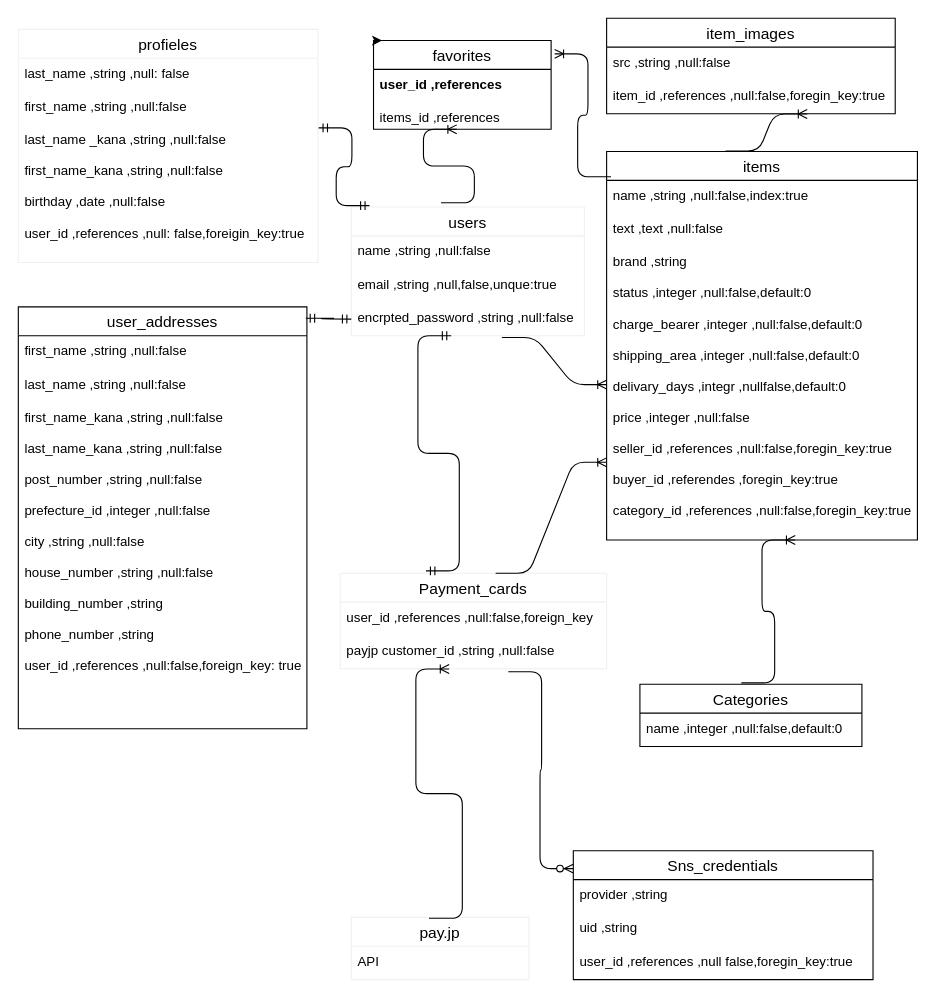
Before: app/views/database.dio in takared44/furima-36069, a draw.io diagram. Source tidied: cells renumbered, new cells numbered last; positions are measured from the earlier drawing's top-left corner, leaving out a move shared by most shapes. Both pictures are drawn from the tidied source at 111%, with x=0, y=0 at pixel (18, 18).
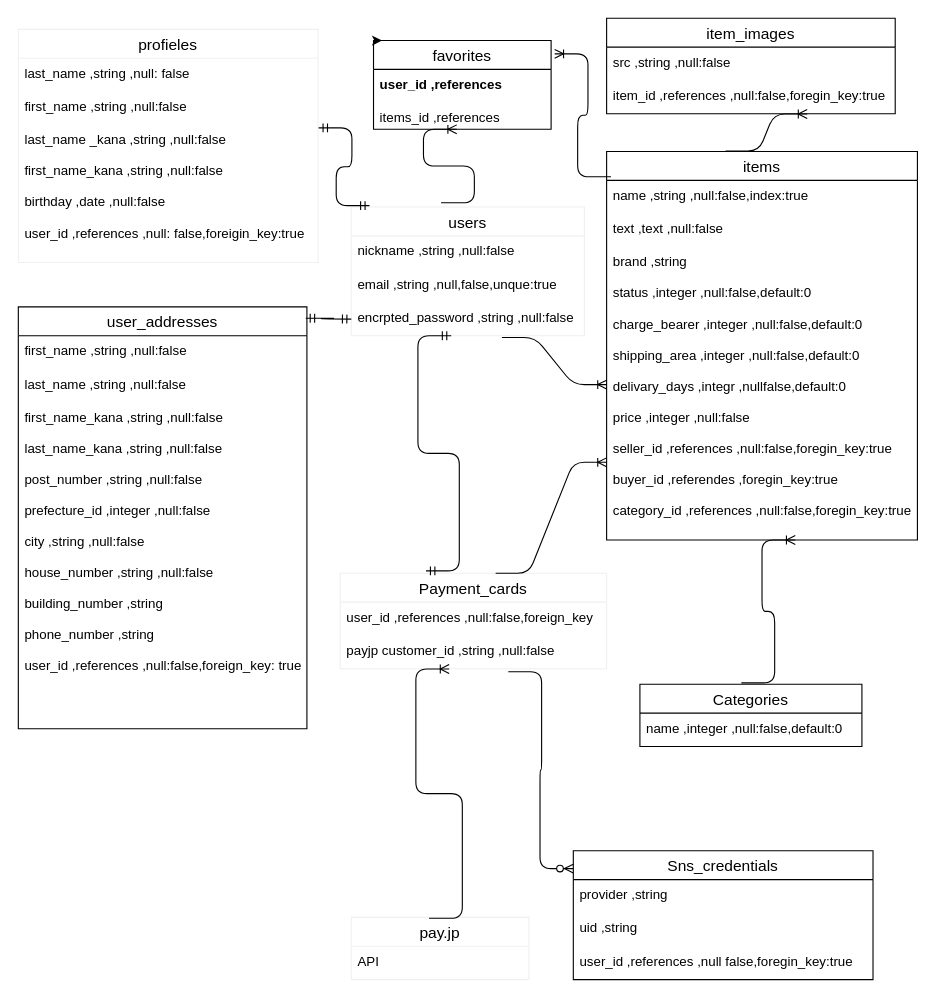
After the change.

The change refers to these unchanged cells:
```xml
<mxCell id="6" value="users" style="swimlane;fontStyle=0;horizontal=1;startSize=26;align=center;fontSize=14;strokeColor=#f0f0f0;" parent="1" vertex="1">
  <mxGeometry x="300" y="170" width="210" height="116" as="geometry" />
</mxCell>
```

Diff of the diagram source:
```diff
@@
-    <mxCell id="7" value="name ,string ,null:false" style="text;strokeColor=none;fillColor=none;spacingLeft=4;spacingRight=4;overflow=hidden;fontSize=12;" parent="6" vertex="1">
+    <mxCell id="7" value="nickname ,string ,null:false" style="text;strokeColor=none;fillColor=none;spacingLeft=4;spacingRight=4;overflow=hidden;fontSize=12;" parent="6" vertex="1">
       <mxGeometry y="26" width="210" height="30" as="geometry" />
     </mxCell>
```
